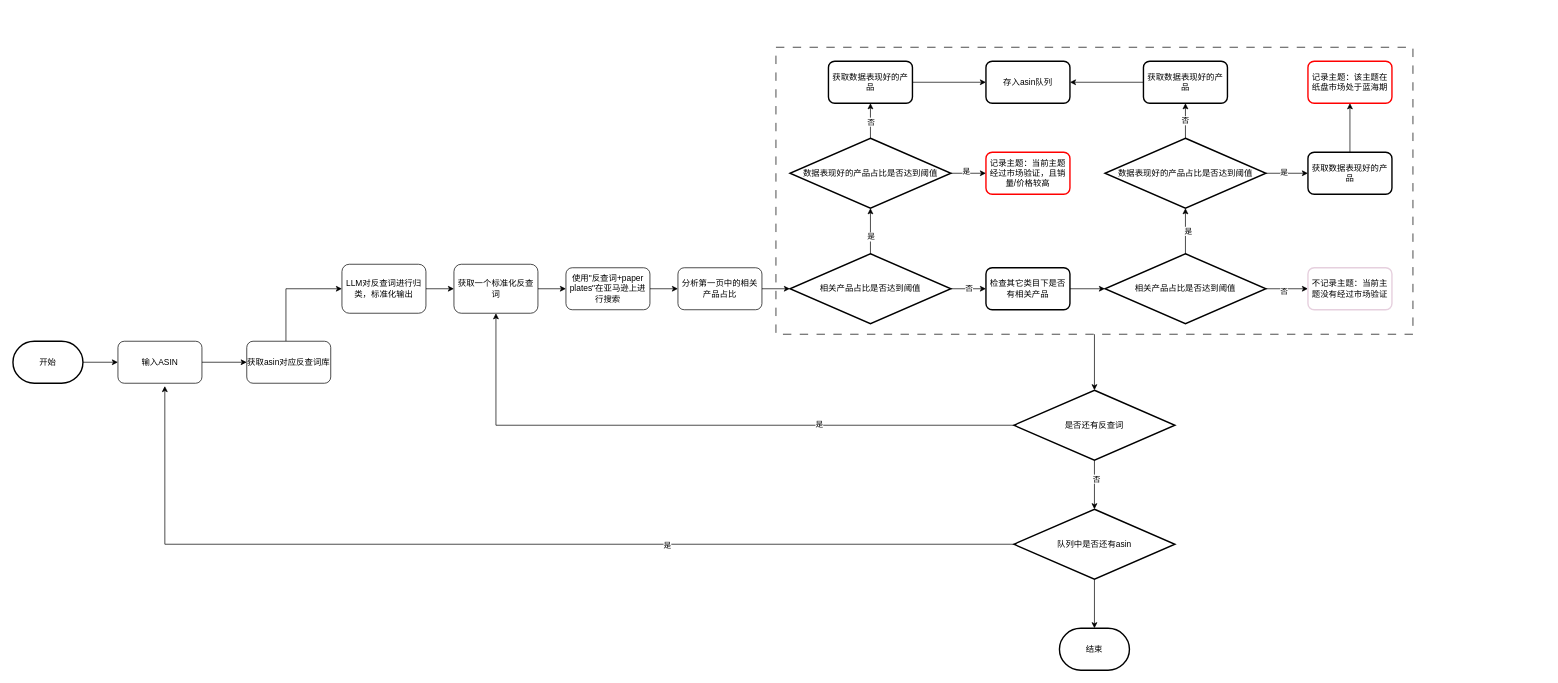
sinzyh/draw.io keeps this draw.io diagram as 主题采集流程.drawio. Above is the earlier version. Source tidied: cells renumbered, new cells numbered last; positions are measured from the earlier drawing's top-left corner, leaving out a move shared by most shapes. Both pictures are drawn from the tidied source at 70%, with x=0, y=0 at pixel (13, 47).
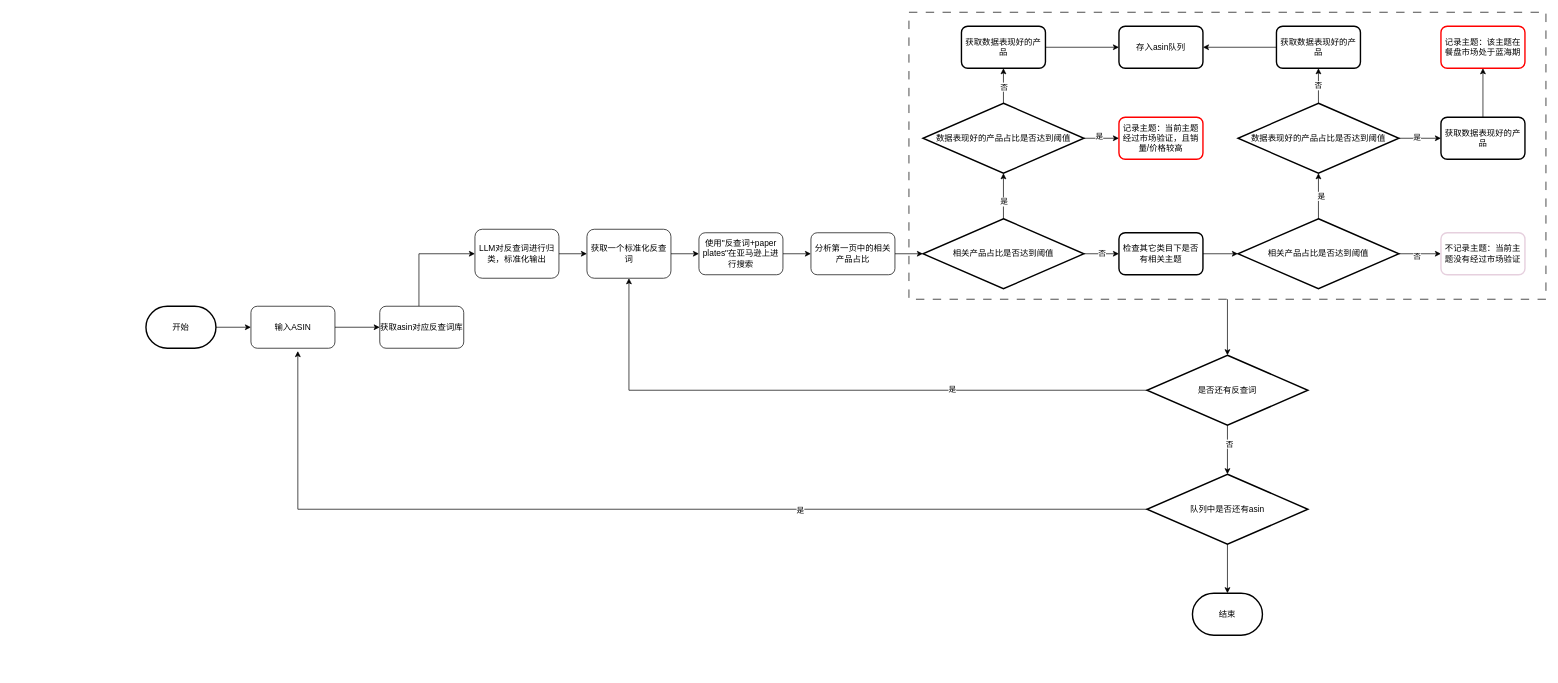
The same page after the edit.

Commit message:
更新主题采集流程.drawio

Diff of the diagram source:
```diff
@@
+    <mxCell id="60" style="group;" parent="1" vertex="1">
+      <mxGeometry x="190" y="-50" width="2000" height="890" as="geometry" />
+    </mxCell>
-    <mxCell id="2" style="whiteSpace=wrap;html=1;dashed=1;dashPattern=12 12;strokeWidth=1;fillColor=none;" parent="1" vertex="1">
+    <mxCell id="2" style="whiteSpace=wrap;html=1;dashed=1;dashPattern=12 12;strokeWidth=1;fillColor=none;" parent="60" vertex="1">
       <mxGeometry x="1090" width="910" height="410" as="geometry" />
     </mxCell>
-    <mxCell id="3" style="edgeStyle=orthogonalEdgeStyle;rounded=0;jettySize=auto;html=1;" parent="1" edge="1" source="2" target="53">
+    <mxCell id="3" style="edgeStyle=orthogonalEdgeStyle;rounded=0;jettySize=auto;html=1;" parent="60" edge="1" source="2" target="53">
       <mxGeometry relative="1" as="geometry" />
     </mxCell>
-    <mxCell id="4" style="edgeStyle=orthogonalEdgeStyle;rounded=0;jettySize=auto;html=1;" parent="1" edge="1" source="5" target="7">
+    <mxCell id="4" style="edgeStyle=orthogonalEdgeStyle;rounded=0;jettySize=auto;html=1;" parent="60" edge="1" source="5" target="7">
       <mxGeometry relative="1" as="geometry" />
     </mxCell>
-    <mxCell id="5" value="输入ASIN" style="rounded=1;whiteSpace=wrap;html=1;" parent="1" vertex="1">
+    <mxCell id="5" value="输入ASIN" style="rounded=1;whiteSpace=wrap;html=1;" parent="60" vertex="1">
       <mxGeometry x="150" y="420" width="120" height="60" as="geometry" />
     </mxCell>
-    <mxCell id="6" style="edgeStyle=orthogonalEdgeStyle;rounded=0;jettySize=auto;html=1;" parent="1" edge="1" source="7" target="9">
+    <mxCell id="6" style="edgeStyle=orthogonalEdgeStyle;rounded=0;jettySize=auto;html=1;" parent="60" edge="1" source="7" target="9">
       <mxGeometry relative="1" as="geometry">
         <Array as="points">
           <mxPoint x="390" y="345" />
         </Array>
       </mxGeometry>
     </mxCell>
-    <mxCell id="7" value="获取asin对应反查词库" style="rounded=1;whiteSpace=wrap;html=1;" parent="1" vertex="1">
+    <mxCell id="7" value="获取asin对应反查词库" style="rounded=1;whiteSpace=wrap;html=1;" parent="60" vertex="1">
       <mxGeometry x="334" y="420" width="120" height="60" as="geometry" />
     </mxCell>
-    <mxCell id="8" style="edgeStyle=orthogonalEdgeStyle;rounded=0;jettySize=auto;html=1;" parent="1" edge="1" source="9" target="13">
+    <mxCell id="8" style="edgeStyle=orthogonalEdgeStyle;rounded=0;jettySize=auto;html=1;" parent="60" edge="1" source="9" target="13">
       <mxGeometry relative="1" as="geometry" />
     </mxCell>
-    <mxCell id="9" value="LLM对反查词进行归类，标准化输出" style="rounded=1;whiteSpace=wrap;html=1;" parent="1" vertex="1">
+    <mxCell id="9" value="LLM对反查词进行归类，标准化输出" style="rounded=1;whiteSpace=wrap;html=1;" parent="60" vertex="1">
       <mxGeometry x="470" y="310" width="120" height="70" as="geometry" />
     </mxCell>
-    <mxCell id="10" style="edgeStyle=orthogonalEdgeStyle;rounded=0;jettySize=auto;html=1;" parent="1" edge="1" source="11" target="5">
+    <mxCell id="10" style="edgeStyle=orthogonalEdgeStyle;rounded=0;jettySize=auto;html=1;" parent="60" edge="1" source="11" target="5">
       <mxGeometry relative="1" as="geometry" />
     </mxCell>
-    <mxCell id="11" value="开始" style="strokeWidth=2;html=1;shape=mxgraph.flowchart.terminator;whiteSpace=wrap;" parent="1" vertex="1">
+    <mxCell id="11" value="开始" style="strokeWidth=2;html=1;shape=mxgraph.flowchart.terminator;whiteSpace=wrap;" parent="60" vertex="1">
       <mxGeometry y="420" width="100" height="60" as="geometry" />
     </mxCell>
-    <mxCell id="12" style="edgeStyle=orthogonalEdgeStyle;rounded=0;jettySize=auto;html=1;" parent="1" edge="1" source="13" target="15">
+    <mxCell id="12" style="edgeStyle=orthogonalEdgeStyle;rounded=0;jettySize=auto;html=1;" parent="60" edge="1" source="13" target="15">
       <mxGeometry relative="1" as="geometry" />
     </mxCell>
-    <mxCell id="13" value="获取一个标准化反查词" style="rounded=1;whiteSpace=wrap;html=1;" parent="1" vertex="1">
+    <mxCell id="13" value="获取一个标准化反查词" style="rounded=1;whiteSpace=wrap;html=1;" parent="60" vertex="1">
       <mxGeometry x="630" y="310" width="120" height="70" as="geometry" />
     </mxCell>
-    <mxCell id="14" style="edgeStyle=orthogonalEdgeStyle;rounded=0;jettySize=auto;html=1;" parent="1" edge="1" source="15" target="17">
+    <mxCell id="14" style="edgeStyle=orthogonalEdgeStyle;rounded=0;jettySize=auto;html=1;" parent="60" edge="1" source="15" target="17">
       <mxGeometry relative="1" as="geometry" />
     </mxCell>
-    <mxCell id="15" value="使用&quot;反查词+paper plates&quot;在亚马逊上进行搜索" style="whiteSpace=wrap;html=1;rounded=1;" parent="1" vertex="1">
+    <mxCell id="15" value="使用&quot;反查词+paper plates&quot;在亚马逊上进行搜索" style="whiteSpace=wrap;html=1;rounded=1;" parent="60" vertex="1">
       <mxGeometry x="790" y="315" width="120" height="60" as="geometry" />
     </mxCell>
-    <mxCell id="16" style="edgeStyle=orthogonalEdgeStyle;rounded=0;jettySize=auto;html=1;" parent="1" edge="1" source="17" target="22">
+    <mxCell id="16" style="edgeStyle=orthogonalEdgeStyle;rounded=0;jettySize=auto;html=1;" parent="60" edge="1" source="17" target="22">
       <mxGeometry relative="1" as="geometry" />
     </mxCell>
-    <mxCell id="17" value="分析第一页中的相关产品占比" style="whiteSpace=wrap;html=1;rounded=1;" parent="1" vertex="1">
+    <mxCell id="17" value="分析第一页中的相关产品占比" style="whiteSpace=wrap;html=1;rounded=1;" parent="60" vertex="1">
       <mxGeometry x="950" y="315" width="120" height="60" as="geometry" />
     </mxCell>
-    <mxCell id="18" style="edgeStyle=orthogonalEdgeStyle;rounded=0;jettySize=auto;html=1;" parent="1" edge="1" source="22" target="24">
+    <mxCell id="18" style="edgeStyle=orthogonalEdgeStyle;rounded=0;jettySize=auto;html=1;" parent="60" edge="1" source="22" target="24">
       <mxGeometry relative="1" as="geometry" />
     </mxCell>
@@
-    <mxCell id="20" style="edgeStyle=orthogonalEdgeStyle;rounded=0;jettySize=auto;html=1;" parent="1" edge="1" source="22" target="38">
+    <mxCell id="20" style="edgeStyle=orthogonalEdgeStyle;rounded=0;jettySize=auto;html=1;" parent="60" edge="1" source="22" target="38">
       <mxGeometry relative="1" as="geometry" />
     </mxCell>
@@
-    <mxCell id="22" value="相关产品占比是否达到阈值" style="strokeWidth=2;html=1;shape=mxgraph.flowchart.decision;whiteSpace=wrap;" parent="1" vertex="1">
+    <mxCell id="22" value="相关产品占比是否达到阈值" style="strokeWidth=2;html=1;shape=mxgraph.flowchart.decision;whiteSpace=wrap;" parent="60" vertex="1">
       <mxGeometry x="1110" y="295" width="230" height="100" as="geometry" />
     </mxCell>
-    <mxCell id="23" style="edgeStyle=orthogonalEdgeStyle;rounded=0;jettySize=auto;html=1;" parent="1" edge="1" source="24" target="29">
+    <mxCell id="23" style="edgeStyle=orthogonalEdgeStyle;rounded=0;jettySize=auto;html=1;" parent="60" edge="1" source="24" target="29">
       <mxGeometry relative="1" as="geometry" />
     </mxCell>
-    <mxCell id="24" value="检查其它类目下是否有相关产品" style="rounded=1;whiteSpace=wrap;html=1;strokeWidth=2;" parent="1" vertex="1">
+    <mxCell id="24" value="检查其它类目下是否有相关主题" style="rounded=1;whiteSpace=wrap;html=1;strokeWidth=2;" parent="60" vertex="1">
       <mxGeometry x="1390" y="315" width="120" height="60" as="geometry" />
     </mxCell>
-    <mxCell id="25" style="edgeStyle=orthogonalEdgeStyle;rounded=0;jettySize=auto;html=1;" parent="1" edge="1" source="29" target="30">
+    <mxCell id="25" style="edgeStyle=orthogonalEdgeStyle;rounded=0;jettySize=auto;html=1;" parent="60" edge="1" source="29" target="30">
       <mxGeometry relative="1" as="geometry" />
     </mxCell>
@@
-    <mxCell id="27" style="edgeStyle=orthogonalEdgeStyle;rounded=0;jettySize=auto;html=1;" parent="1" edge="1" source="29" target="46">
+    <mxCell id="27" style="edgeStyle=orthogonalEdgeStyle;rounded=0;jettySize=auto;html=1;" parent="60" edge="1" source="29" target="46">
       <mxGeometry relative="1" as="geometry" />
     </mxCell>
@@
-    <mxCell id="29" value="相关产品占比是否达到阈值" style="strokeWidth=2;html=1;shape=mxgraph.flowchart.decision;whiteSpace=wrap;" parent="1" vertex="1">
+    <mxCell id="29" value="相关产品占比是否达到阈值" style="strokeWidth=2;html=1;shape=mxgraph.flowchart.decision;whiteSpace=wrap;" parent="60" vertex="1">
       <mxGeometry x="1560" y="295" width="230" height="100" as="geometry" />
     </mxCell>
-    <mxCell id="30" value="不记录主题：当前主题没有经过市场验证" style="rounded=1;whiteSpace=wrap;html=1;strokeWidth=2;strokeColor=#E6D0DE;" parent="1" vertex="1">
+    <mxCell id="30" value="不记录主题：当前主题没有经过市场验证" style="rounded=1;whiteSpace=wrap;html=1;strokeWidth=2;strokeColor=#E6D0DE;" parent="60" vertex="1">
       <mxGeometry x="1850" y="315" width="120" height="60" as="geometry" />
     </mxCell>
-    <mxCell id="31" style="edgeStyle=orthogonalEdgeStyle;rounded=0;jettySize=auto;html=1;" parent="1" edge="1" source="32" target="59">
+    <mxCell id="31" style="edgeStyle=orthogonalEdgeStyle;rounded=0;jettySize=auto;html=1;" parent="60" edge="1" source="32" target="59">
       <mxGeometry relative="1" as="geometry" />
     </mxCell>
-    <mxCell id="32" value="获取数据表现好的产品" style="rounded=1;whiteSpace=wrap;html=1;strokeWidth=2;" parent="1" vertex="1">
+    <mxCell id="32" value="获取数据表现好的产品" style="rounded=1;whiteSpace=wrap;html=1;strokeWidth=2;" parent="60" vertex="1">
       <mxGeometry x="1165" y="20" width="120" height="60" as="geometry" />
     </mxCell>
-    <mxCell id="33" value="记录主题：当前主题经过市场验证，且销量/价格较高" style="rounded=1;whiteSpace=wrap;html=1;strokeWidth=2;strokeColor=#FF0000;" parent="1" vertex="1">
+    <mxCell id="33" value="记录主题：当前主题经过市场验证，且销量/价格较高" style="rounded=1;whiteSpace=wrap;html=1;strokeWidth=2;strokeColor=#FF0000;" parent="60" vertex="1">
       <mxGeometry x="1390" y="150" width="120" height="60" as="geometry" />
     </mxCell>
-    <mxCell id="34" style="edgeStyle=orthogonalEdgeStyle;rounded=0;jettySize=auto;html=1;" parent="1" edge="1" source="38" target="33">
+    <mxCell id="34" style="edgeStyle=orthogonalEdgeStyle;rounded=0;jettySize=auto;html=1;" parent="60" edge="1" source="38" target="33">
       <mxGeometry relative="1" as="geometry" />
     </mxCell>
@@
-    <mxCell id="36" style="edgeStyle=orthogonalEdgeStyle;rounded=0;jettySize=auto;html=1;" parent="1" edge="1" source="38" target="32">
+    <mxCell id="36" style="edgeStyle=orthogonalEdgeStyle;rounded=0;jettySize=auto;html=1;" parent="60" edge="1" source="38" target="32">
       <mxGeometry relative="1" as="geometry" />
     </mxCell>
@@
-    <mxCell id="38" value="数据表现好的产品占比是否达到阈值" style="strokeWidth=2;html=1;shape=mxgraph.flowchart.decision;whiteSpace=wrap;" parent="1" vertex="1">
+    <mxCell id="38" value="数据表现好的产品占比是否达到阈值" style="strokeWidth=2;html=1;shape=mxgraph.flowchart.decision;whiteSpace=wrap;" parent="60" vertex="1">
       <mxGeometry x="1110" y="130" width="230" height="100" as="geometry" />
     </mxCell>
-    <mxCell id="39" style="edgeStyle=orthogonalEdgeStyle;rounded=0;jettySize=auto;html=1;" parent="1" edge="1" source="40" target="41">
+    <mxCell id="39" style="edgeStyle=orthogonalEdgeStyle;rounded=0;jettySize=auto;html=1;" parent="60" edge="1" source="40" target="41">
       <mxGeometry relative="1" as="geometry" />
     </mxCell>
-    <mxCell id="40" value="获取数据表现好的产品" style="rounded=1;whiteSpace=wrap;html=1;strokeWidth=2;" parent="1" vertex="1">
+    <mxCell id="40" value="获取数据表现好的产品" style="rounded=1;whiteSpace=wrap;html=1;strokeWidth=2;" parent="60" vertex="1">
       <mxGeometry x="1850" y="150" width="120" height="60" as="geometry" />
     </mxCell>
-    <mxCell id="41" value="记录主题：该主题在纸盘市场处于蓝海期" style="rounded=1;whiteSpace=wrap;html=1;strokeWidth=2;strokeColor=#FF0000;" parent="1" vertex="1">
+    <mxCell id="41" value="记录主题：该主题在餐盘市场处于蓝海期" style="rounded=1;whiteSpace=wrap;html=1;strokeWidth=2;strokeColor=#FF0000;" parent="60" vertex="1">
       <mxGeometry x="1850" y="20" width="120" height="60" as="geometry" />
     </mxCell>
-    <mxCell id="42" style="edgeStyle=orthogonalEdgeStyle;rounded=0;jettySize=auto;html=1;" parent="1" edge="1" source="46" target="40">
+    <mxCell id="42" style="edgeStyle=orthogonalEdgeStyle;rounded=0;jettySize=auto;html=1;" parent="60" edge="1" source="46" target="40">
       <mxGeometry relative="1" as="geometry" />
     </mxCell>
@@
-    <mxCell id="44" style="edgeStyle=orthogonalEdgeStyle;rounded=0;jettySize=auto;html=1;" parent="1" edge="1" source="46" target="48">
+    <mxCell id="44" style="edgeStyle=orthogonalEdgeStyle;rounded=0;jettySize=auto;html=1;" parent="60" edge="1" source="46" target="48">
       <mxGeometry relative="1" as="geometry" />
     </mxCell>
@@
-    <mxCell id="46" value="数据表现好的产品占比是否达到阈值" style="strokeWidth=2;html=1;shape=mxgraph.flowchart.decision;whiteSpace=wrap;" parent="1" vertex="1">
+    <mxCell id="46" value="数据表现好的产品占比是否达到阈值" style="strokeWidth=2;html=1;shape=mxgraph.flowchart.decision;whiteSpace=wrap;" parent="60" vertex="1">
       <mxGeometry x="1560" y="130" width="230" height="100" as="geometry" />
     </mxCell>
-    <mxCell id="47" style="edgeStyle=orthogonalEdgeStyle;rounded=0;jettySize=auto;html=1;" parent="1" edge="1" source="48" target="59">
+    <mxCell id="47" style="edgeStyle=orthogonalEdgeStyle;rounded=0;jettySize=auto;html=1;" parent="60" edge="1" source="48" target="59">
       <mxGeometry relative="1" as="geometry" />
     </mxCell>
-    <mxCell id="48" value="获取数据表现好的产品" style="rounded=1;whiteSpace=wrap;html=1;strokeWidth=2;" parent="1" vertex="1">
+    <mxCell id="48" value="获取数据表现好的产品" style="rounded=1;whiteSpace=wrap;html=1;strokeWidth=2;" parent="60" vertex="1">
       <mxGeometry x="1615" y="20" width="120" height="60" as="geometry" />
     </mxCell>
-    <mxCell id="49" style="edgeStyle=orthogonalEdgeStyle;rounded=0;jettySize=auto;html=1;entryX=0.5;entryY=1;entryDx=0;entryDy=0;" parent="1" edge="1" source="53" target="13">
+    <mxCell id="49" style="edgeStyle=orthogonalEdgeStyle;rounded=0;jettySize=auto;html=1;entryX=0.5;entryY=1;entryDx=0;entryDy=0;" parent="60" edge="1" source="53" target="13">
       <mxGeometry relative="1" as="geometry" />
     </mxCell>
@@
-    <mxCell id="51" style="edgeStyle=orthogonalEdgeStyle;rounded=0;jettySize=auto;html=1;" parent="1" edge="1" source="53" target="55">
+    <mxCell id="51" style="edgeStyle=orthogonalEdgeStyle;rounded=0;jettySize=auto;html=1;" parent="60" edge="1" source="53" target="55">
       <mxGeometry relative="1" as="geometry" />
     </mxCell>
@@
-    <mxCell id="53" value="是否还有反查词" style="strokeWidth=2;html=1;shape=mxgraph.flowchart.decision;whiteSpace=wrap;" parent="1" vertex="1">
+    <mxCell id="53" value="是否还有反查词" style="strokeWidth=2;html=1;shape=mxgraph.flowchart.decision;whiteSpace=wrap;" parent="60" vertex="1">
       <mxGeometry x="1430" y="490" width="230" height="100" as="geometry" />
     </mxCell>
-    <mxCell id="54" style="edgeStyle=orthogonalEdgeStyle;rounded=0;jettySize=auto;html=1;" parent="1" edge="1" source="55" target="56">
+    <mxCell id="54" style="edgeStyle=orthogonalEdgeStyle;rounded=0;jettySize=auto;html=1;" parent="60" edge="1" source="55" target="56">
       <mxGeometry relative="1" as="geometry" />
     </mxCell>
-    <mxCell id="55" value="队列中是否还有asin" style="strokeWidth=2;html=1;shape=mxgraph.flowchart.decision;whiteSpace=wrap;" parent="1" vertex="1">
+    <mxCell id="55" value="队列中是否还有asin" style="strokeWidth=2;html=1;shape=mxgraph.flowchart.decision;whiteSpace=wrap;" parent="60" vertex="1">
       <mxGeometry x="1430" y="660" width="230" height="100" as="geometry" />
     </mxCell>
-    <mxCell id="56" value="结束" style="strokeWidth=2;html=1;shape=mxgraph.flowchart.terminator;whiteSpace=wrap;" parent="1" vertex="1">
+    <mxCell id="56" value="结束" style="strokeWidth=2;html=1;shape=mxgraph.flowchart.terminator;whiteSpace=wrap;" parent="60" vertex="1">
       <mxGeometry x="1495" y="830" width="100" height="60" as="geometry" />
     </mxCell>
-    <mxCell id="57" style="edgeStyle=orthogonalEdgeStyle;rounded=0;jettySize=auto;html=1;entryX=0.558;entryY=1.067;entryDx=0;entryDy=0;entryPerimeter=0;" parent="1" edge="1" source="55" target="5">
+    <mxCell id="57" style="edgeStyle=orthogonalEdgeStyle;rounded=0;jettySize=auto;html=1;entryX=0.558;entryY=1.067;entryDx=0;entryDy=0;entryPerimeter=0;" parent="60" edge="1" source="55" target="5">
       <mxGeometry relative="1" as="geometry" />
     </mxCell>
@@
-    <mxCell id="59" value="存入asin队列" style="rounded=1;whiteSpace=wrap;html=1;strokeWidth=2;" parent="1" vertex="1">
+    <mxCell id="59" value="存入asin队列" style="rounded=1;whiteSpace=wrap;html=1;strokeWidth=2;" parent="60" vertex="1">
       <mxGeometry x="1390" y="20" width="120" height="60" as="geometry" />
     </mxCell>
```
